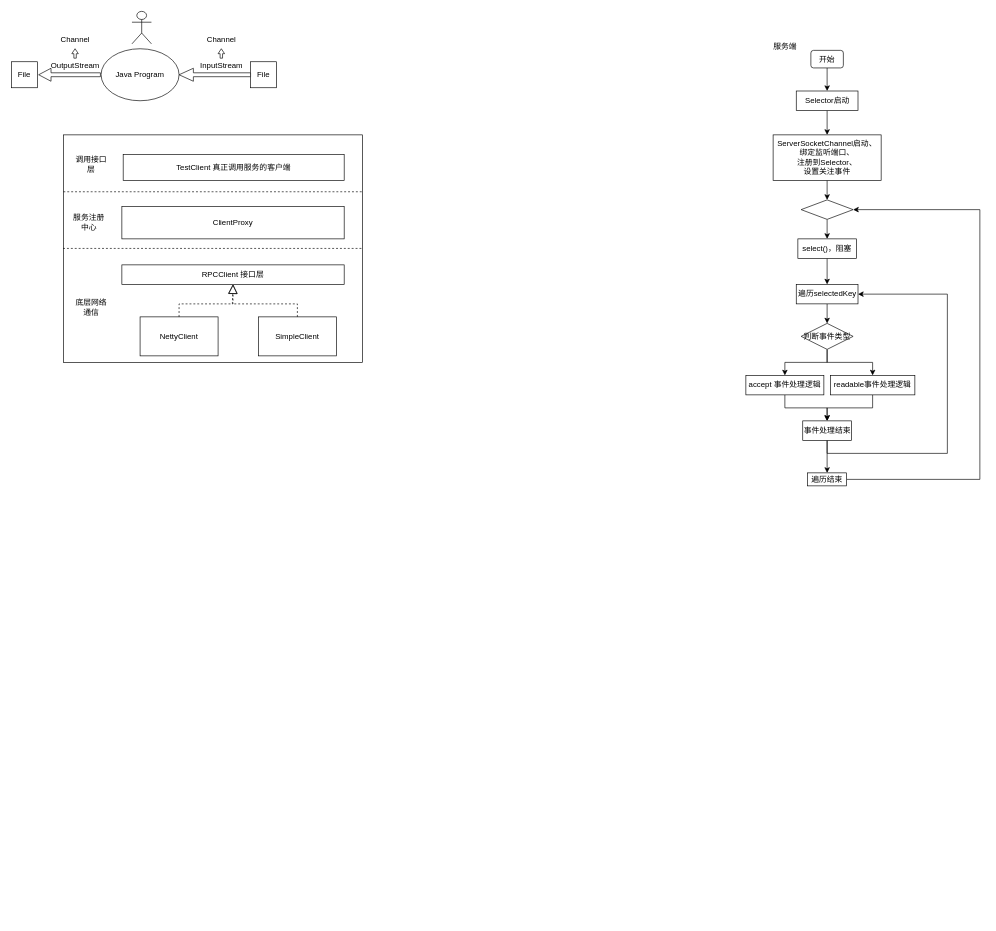
The draw.io diagram Netty/javaNetty.drawio in JongEEE/myDraws, before the edit. Source tidied: cells renumbered, new cells numbered last; positions are measured from the earlier drawing's top-left corner, leaving out a move shared by most shapes. Both pictures are drawn from the tidied source at 65%, with x=0, y=0 at pixel (11, 11).
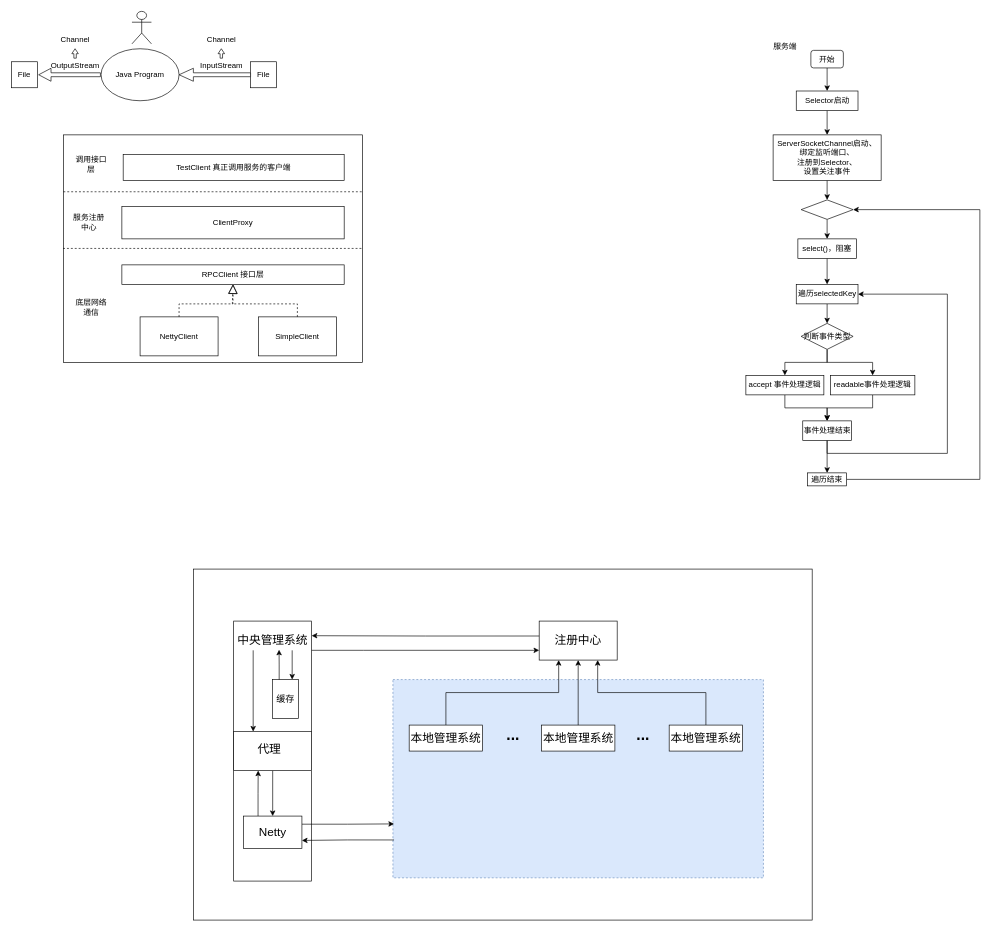
After the change.

Commit message:
update CMS architecture diagram

What changed in the source:
```diff
@@
+    <mxCell id="54" style="group;" parent="1" vertex="1">
+      <mxGeometry x="280" y="858" width="952" height="540" as="geometry" />
+    </mxCell>
+    <mxCell id="55" style="rounded=0;whiteSpace=wrap;html=1;" parent="54" vertex="1">
+      <mxGeometry width="952" height="540" as="geometry" />
+    </mxCell>
+    <mxCell id="56" style="rounded=0;whiteSpace=wrap;html=1;fillColor=#dae8fc;strokeColor=#6c8ebf;dashed=1;" parent="54" vertex="1">
+      <mxGeometry x="307" y="170" width="570" height="305" as="geometry" />
+    </mxCell>
+    <mxCell id="57" style="rounded=0;whiteSpace=wrap;html=1;align=center;" parent="54" vertex="1">
+      <mxGeometry x="62" y="80" width="120" height="400" as="geometry" />
+    </mxCell>
+    <mxCell id="58" style="edgeStyle=orthogonalEdgeStyle;rounded=0;jettySize=auto;html=1;entryX=0;entryY=0.75;entryDx=0;entryDy=0;" parent="54" edge="1" source="57" target="65">
+      <mxGeometry relative="1" as="geometry">
+        <Array as="points">
+          <mxPoint x="262" y="125" />
+          <mxPoint x="262" y="125" />
+        </Array>
+      </mxGeometry>
+    </mxCell>
+    <mxCell id="59" style="edgeStyle=orthogonalEdgeStyle;rounded=0;jettySize=auto;html=1;exitX=0.5;exitY=0;exitDx=0;exitDy=0;entryX=0.25;entryY=1;entryDx=0;entryDy=0;" parent="54" edge="1" source="60" target="65">
+      <mxGeometry relative="1" as="geometry" />
+    </mxCell>
+    <mxCell id="60" value="&lt;font style=&quot;font-size: 18px;&quot;&gt;本地管理系统&lt;/font&gt;" style="rounded=0;whiteSpace=wrap;html=1;" parent="54" vertex="1">
+      <mxGeometry x="332" y="240" width="113" height="40" as="geometry" />
+    </mxCell>
+    <mxCell id="61" value="&lt;font style=&quot;font-size: 18px;&quot;&gt;本地管理系统&lt;/font&gt;" style="rounded=0;whiteSpace=wrap;html=1;" parent="54" vertex="1">
+      <mxGeometry x="535.5" y="240" width="113" height="40" as="geometry" />
+    </mxCell>
+    <mxCell id="62" style="edgeStyle=orthogonalEdgeStyle;rounded=0;jettySize=auto;html=1;exitX=0.5;exitY=0;exitDx=0;exitDy=0;entryX=0.75;entryY=1;entryDx=0;entryDy=0;" parent="54" edge="1" source="63" target="65">
+      <mxGeometry relative="1" as="geometry" />
+    </mxCell>
+    <mxCell id="63" value="&lt;font style=&quot;font-size: 18px;&quot;&gt;本地管理系统&lt;/font&gt;" style="rounded=0;whiteSpace=wrap;html=1;" parent="54" vertex="1">
+      <mxGeometry x="732" y="240" width="113" height="40" as="geometry" />
+    </mxCell>
+    <mxCell id="64" style="edgeStyle=orthogonalEdgeStyle;rounded=0;jettySize=auto;html=1;exitX=0.006;exitY=0.383;exitDx=0;exitDy=0;entryX=1;entryY=0.25;entryDx=0;entryDy=0;exitPerimeter=0;" parent="54" edge="1" source="65" target="71">
+      <mxGeometry relative="1" as="geometry" />
+    </mxCell>
+    <mxCell id="65" value="&lt;font style=&quot;font-size: 18px;&quot;&gt;注册中心&lt;/font&gt;" style="rounded=0;whiteSpace=wrap;html=1;" parent="54" vertex="1">
+      <mxGeometry x="532" y="80" width="120" height="60" as="geometry" />
+    </mxCell>
+    <mxCell id="66" style="edgeStyle=orthogonalEdgeStyle;rounded=0;jettySize=auto;html=1;exitX=0.5;exitY=0;exitDx=0;exitDy=0;entryX=0.5;entryY=1;entryDx=0;entryDy=0;" parent="54" edge="1" source="61" target="65">
+      <mxGeometry relative="1" as="geometry" />
+    </mxCell>
+    <mxCell id="67" value="&lt;font style=&quot;font-size: 24px;&quot;&gt;&lt;b style=&quot;&quot;&gt;...&lt;/b&gt;&lt;/font&gt;" style="text;html=1;align=center;verticalAlign=middle;whiteSpace=wrap;rounded=0;" parent="54" vertex="1">
+      <mxGeometry x="462" y="240" width="60" height="30" as="geometry" />
+    </mxCell>
+    <mxCell id="68" value="&lt;font style=&quot;font-size: 24px;&quot;&gt;&lt;b style=&quot;&quot;&gt;...&lt;/b&gt;&lt;/font&gt;" style="text;html=1;align=center;verticalAlign=middle;whiteSpace=wrap;rounded=0;" parent="54" vertex="1">
+      <mxGeometry x="662" y="240" width="60" height="30" as="geometry" />
+    </mxCell>
+    <mxCell id="69" style="edgeStyle=orthogonalEdgeStyle;rounded=0;jettySize=auto;html=1;exitX=0.25;exitY=1;exitDx=0;exitDy=0;entryX=0.25;entryY=0;entryDx=0;entryDy=0;" parent="54" edge="1" source="71" target="77">
+      <mxGeometry relative="1" as="geometry" />
+    </mxCell>
+    <mxCell id="70" style="edgeStyle=orthogonalEdgeStyle;rounded=0;jettySize=auto;html=1;exitX=0.75;exitY=1;exitDx=0;exitDy=0;entryX=0.75;entryY=0;entryDx=0;entryDy=0;" parent="54" edge="1" source="71" target="80">
+      <mxGeometry relative="1" as="geometry" />
+    </mxCell>
+    <mxCell id="71" value="&lt;font style=&quot;font-size: 18px;&quot;&gt;中央管理系统&lt;/font&gt;" style="text;html=1;align=center;verticalAlign=middle;whiteSpace=wrap;rounded=0;" parent="54" vertex="1">
+      <mxGeometry x="62" y="95" width="120" height="30" as="geometry" />
+    </mxCell>
+    <mxCell id="72" style="edgeStyle=orthogonalEdgeStyle;rounded=0;jettySize=auto;html=1;exitX=1;exitY=0.25;exitDx=0;exitDy=0;entryX=0.003;entryY=0.728;entryDx=0;entryDy=0;entryPerimeter=0;" parent="54" edge="1" source="74" target="56">
+      <mxGeometry relative="1" as="geometry" />
+    </mxCell>
+    <mxCell id="73" style="edgeStyle=orthogonalEdgeStyle;rounded=0;jettySize=auto;html=1;exitX=0.25;exitY=0;exitDx=0;exitDy=0;" parent="54" edge="1" source="74">
+      <mxGeometry relative="1" as="geometry">
+        <mxPoint x="99.7" y="310" as="targetPoint" />
+      </mxGeometry>
+    </mxCell>
+    <mxCell id="74" value="&lt;font style=&quot;font-size: 18px;&quot;&gt;Netty&lt;/font&gt;" style="rounded=0;whiteSpace=wrap;html=1;" parent="54" vertex="1">
+      <mxGeometry x="77" y="380" width="90" height="50" as="geometry" />
+    </mxCell>
+    <mxCell id="75" style="edgeStyle=orthogonalEdgeStyle;rounded=0;jettySize=auto;html=1;exitX=0.003;exitY=0.809;exitDx=0;exitDy=0;entryX=1;entryY=0.75;entryDx=0;entryDy=0;exitPerimeter=0;" parent="54" edge="1" source="56" target="74">
+      <mxGeometry relative="1" as="geometry" />
+    </mxCell>
+    <mxCell id="76" style="edgeStyle=orthogonalEdgeStyle;rounded=0;jettySize=auto;html=1;exitX=0.5;exitY=1;exitDx=0;exitDy=0;entryX=0.5;entryY=0;entryDx=0;entryDy=0;" parent="54" edge="1" source="77" target="74">
+      <mxGeometry relative="1" as="geometry" />
+    </mxCell>
+    <mxCell id="77" style="rounded=0;whiteSpace=wrap;html=1;" parent="54" vertex="1">
+      <mxGeometry x="62" y="250" width="120" height="60" as="geometry" />
+    </mxCell>
+    <mxCell id="78" style="group;" parent="54" vertex="1">
+      <mxGeometry x="62" y="250" width="120" height="60" as="geometry" />
+    </mxCell>
+    <mxCell id="79" value="&lt;font style=&quot;font-size: 18px;&quot;&gt;代理&lt;/font&gt;" style="text;html=1;align=center;verticalAlign=middle;whiteSpace=wrap;rounded=0;" parent="78" vertex="1">
+      <mxGeometry x="30" y="15" width="50" height="25" as="geometry" />
+    </mxCell>
+    <mxCell id="80" value="&lt;font style=&quot;font-size: 14px;&quot;&gt;缓存&lt;/font&gt;" style="rounded=0;whiteSpace=wrap;html=1;" parent="54" vertex="1">
+      <mxGeometry x="122" y="170" width="40" height="60" as="geometry" />
+    </mxCell>
+    <mxCell id="81" style="edgeStyle=orthogonalEdgeStyle;rounded=0;jettySize=auto;html=1;exitX=0.25;exitY=0;exitDx=0;exitDy=0;entryX=0.582;entryY=0.969;entryDx=0;entryDy=0;entryPerimeter=0;" parent="54" edge="1" source="80" target="71">
+      <mxGeometry relative="1" as="geometry" />
+    </mxCell>
```
